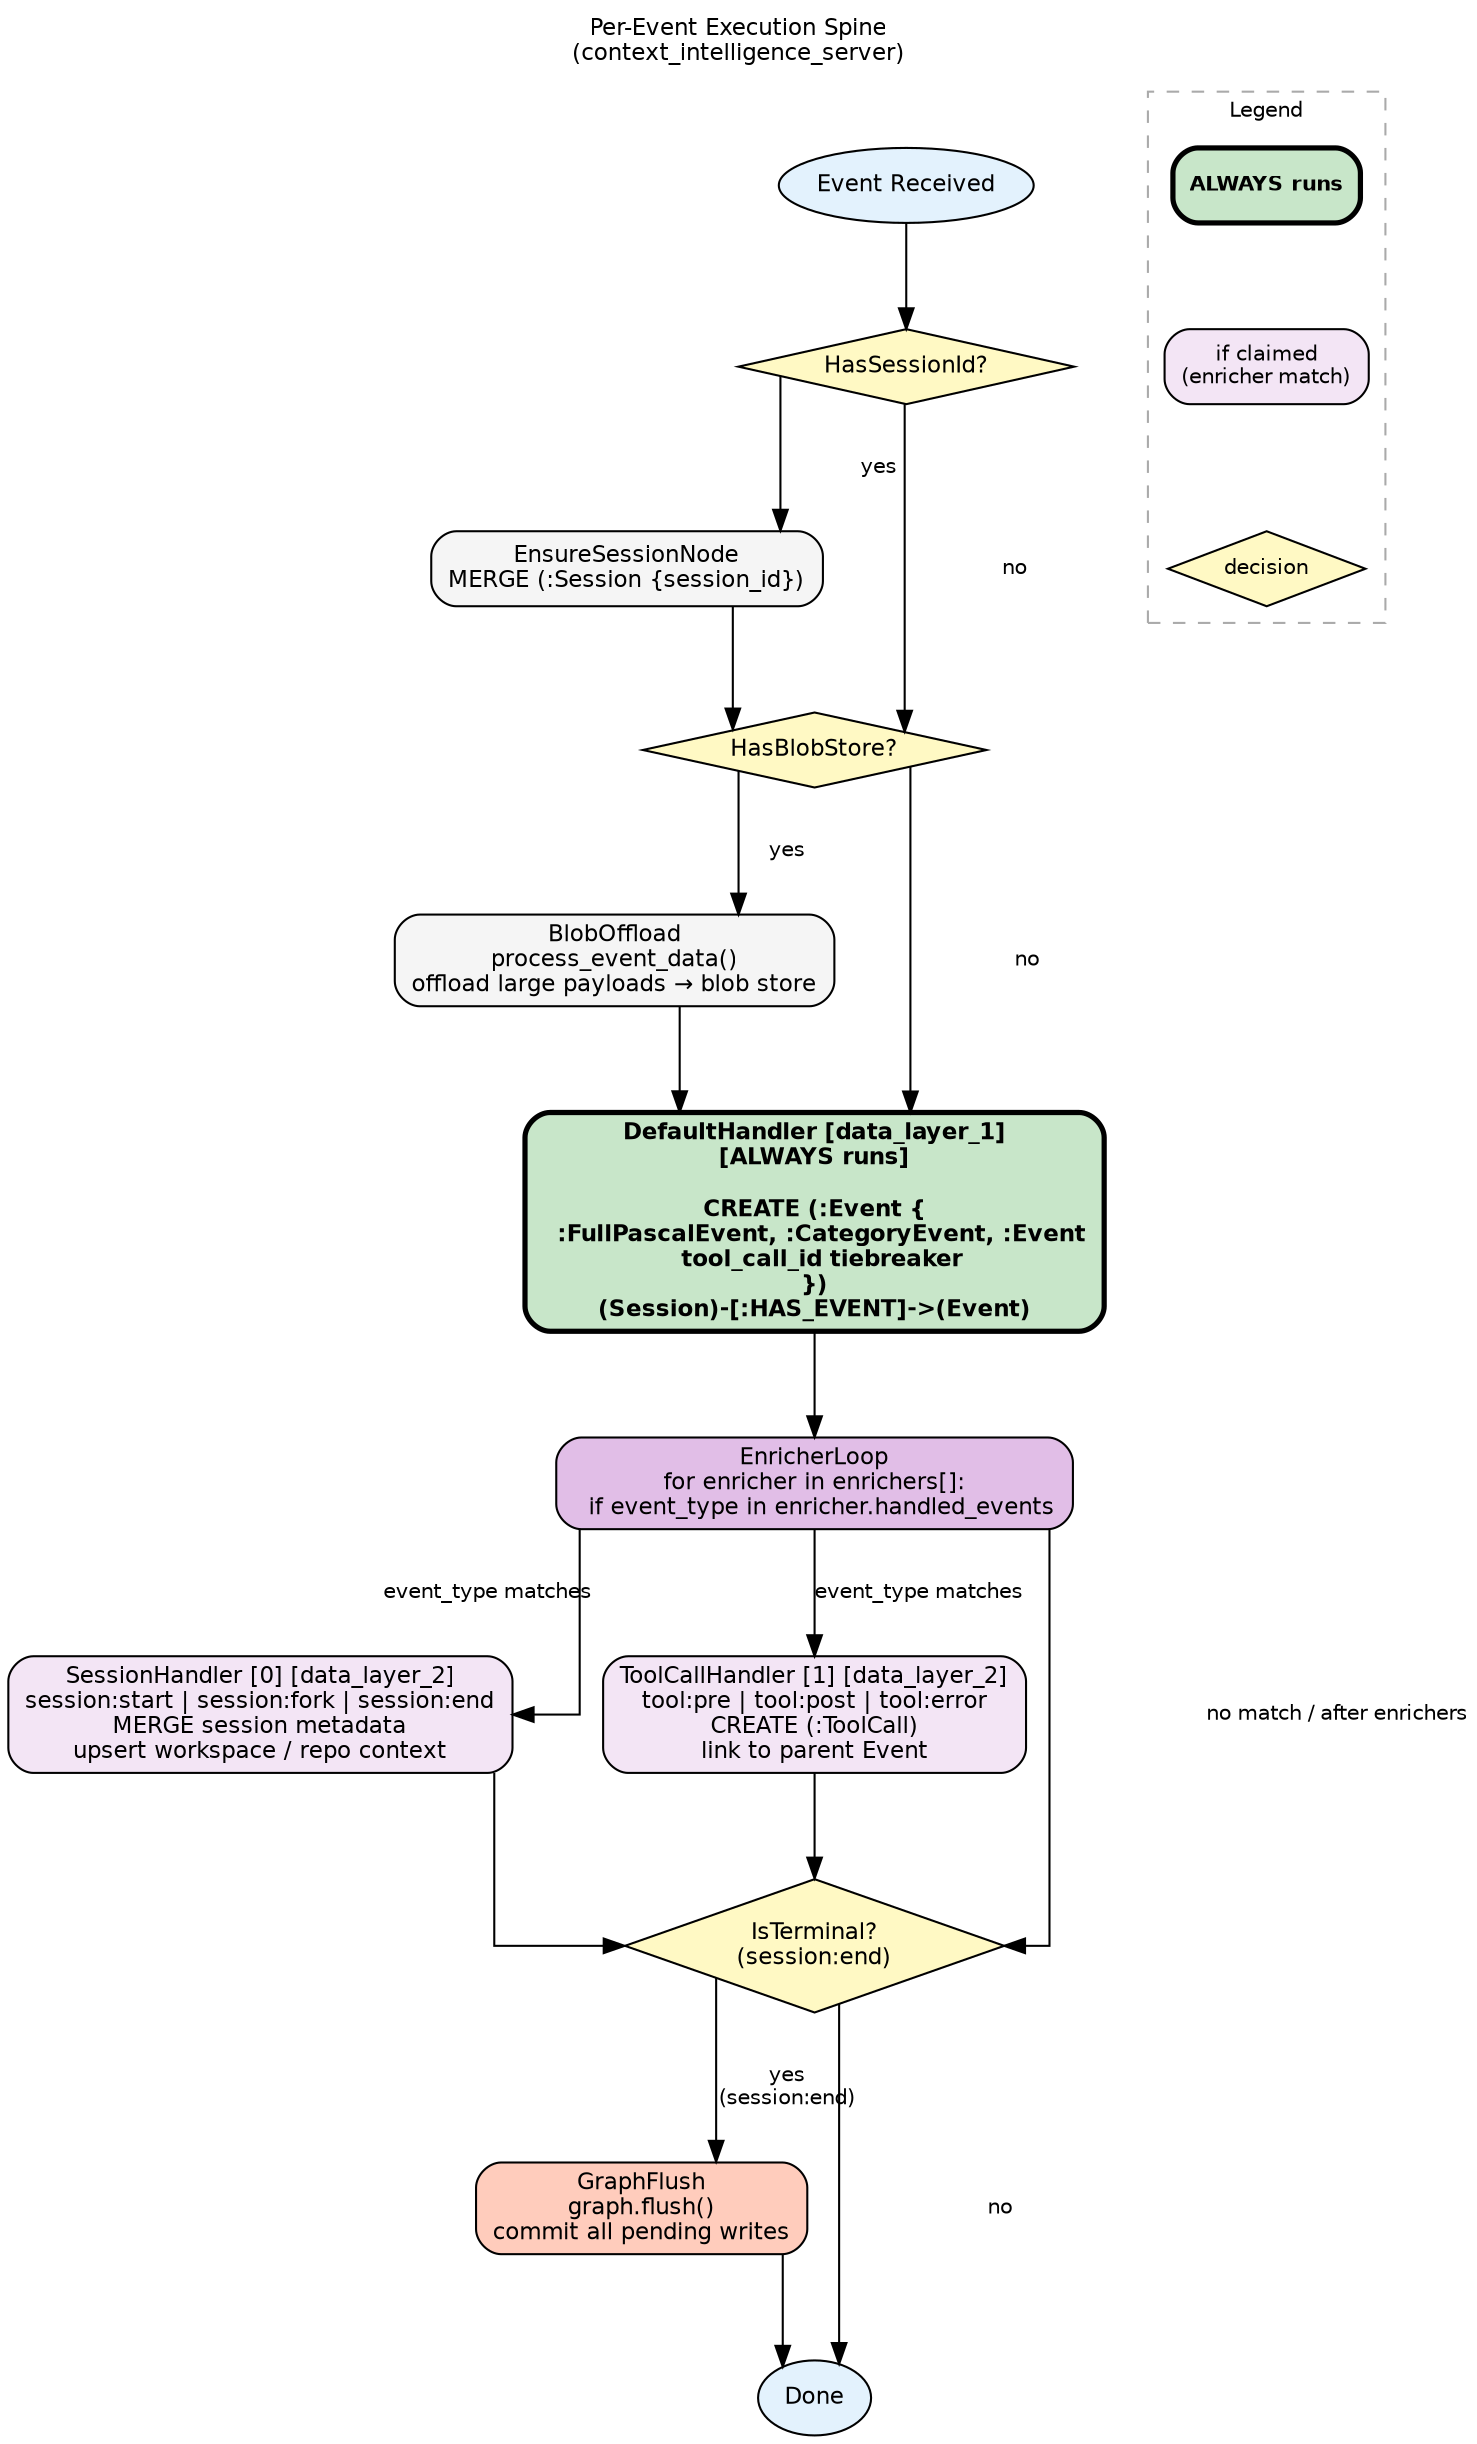
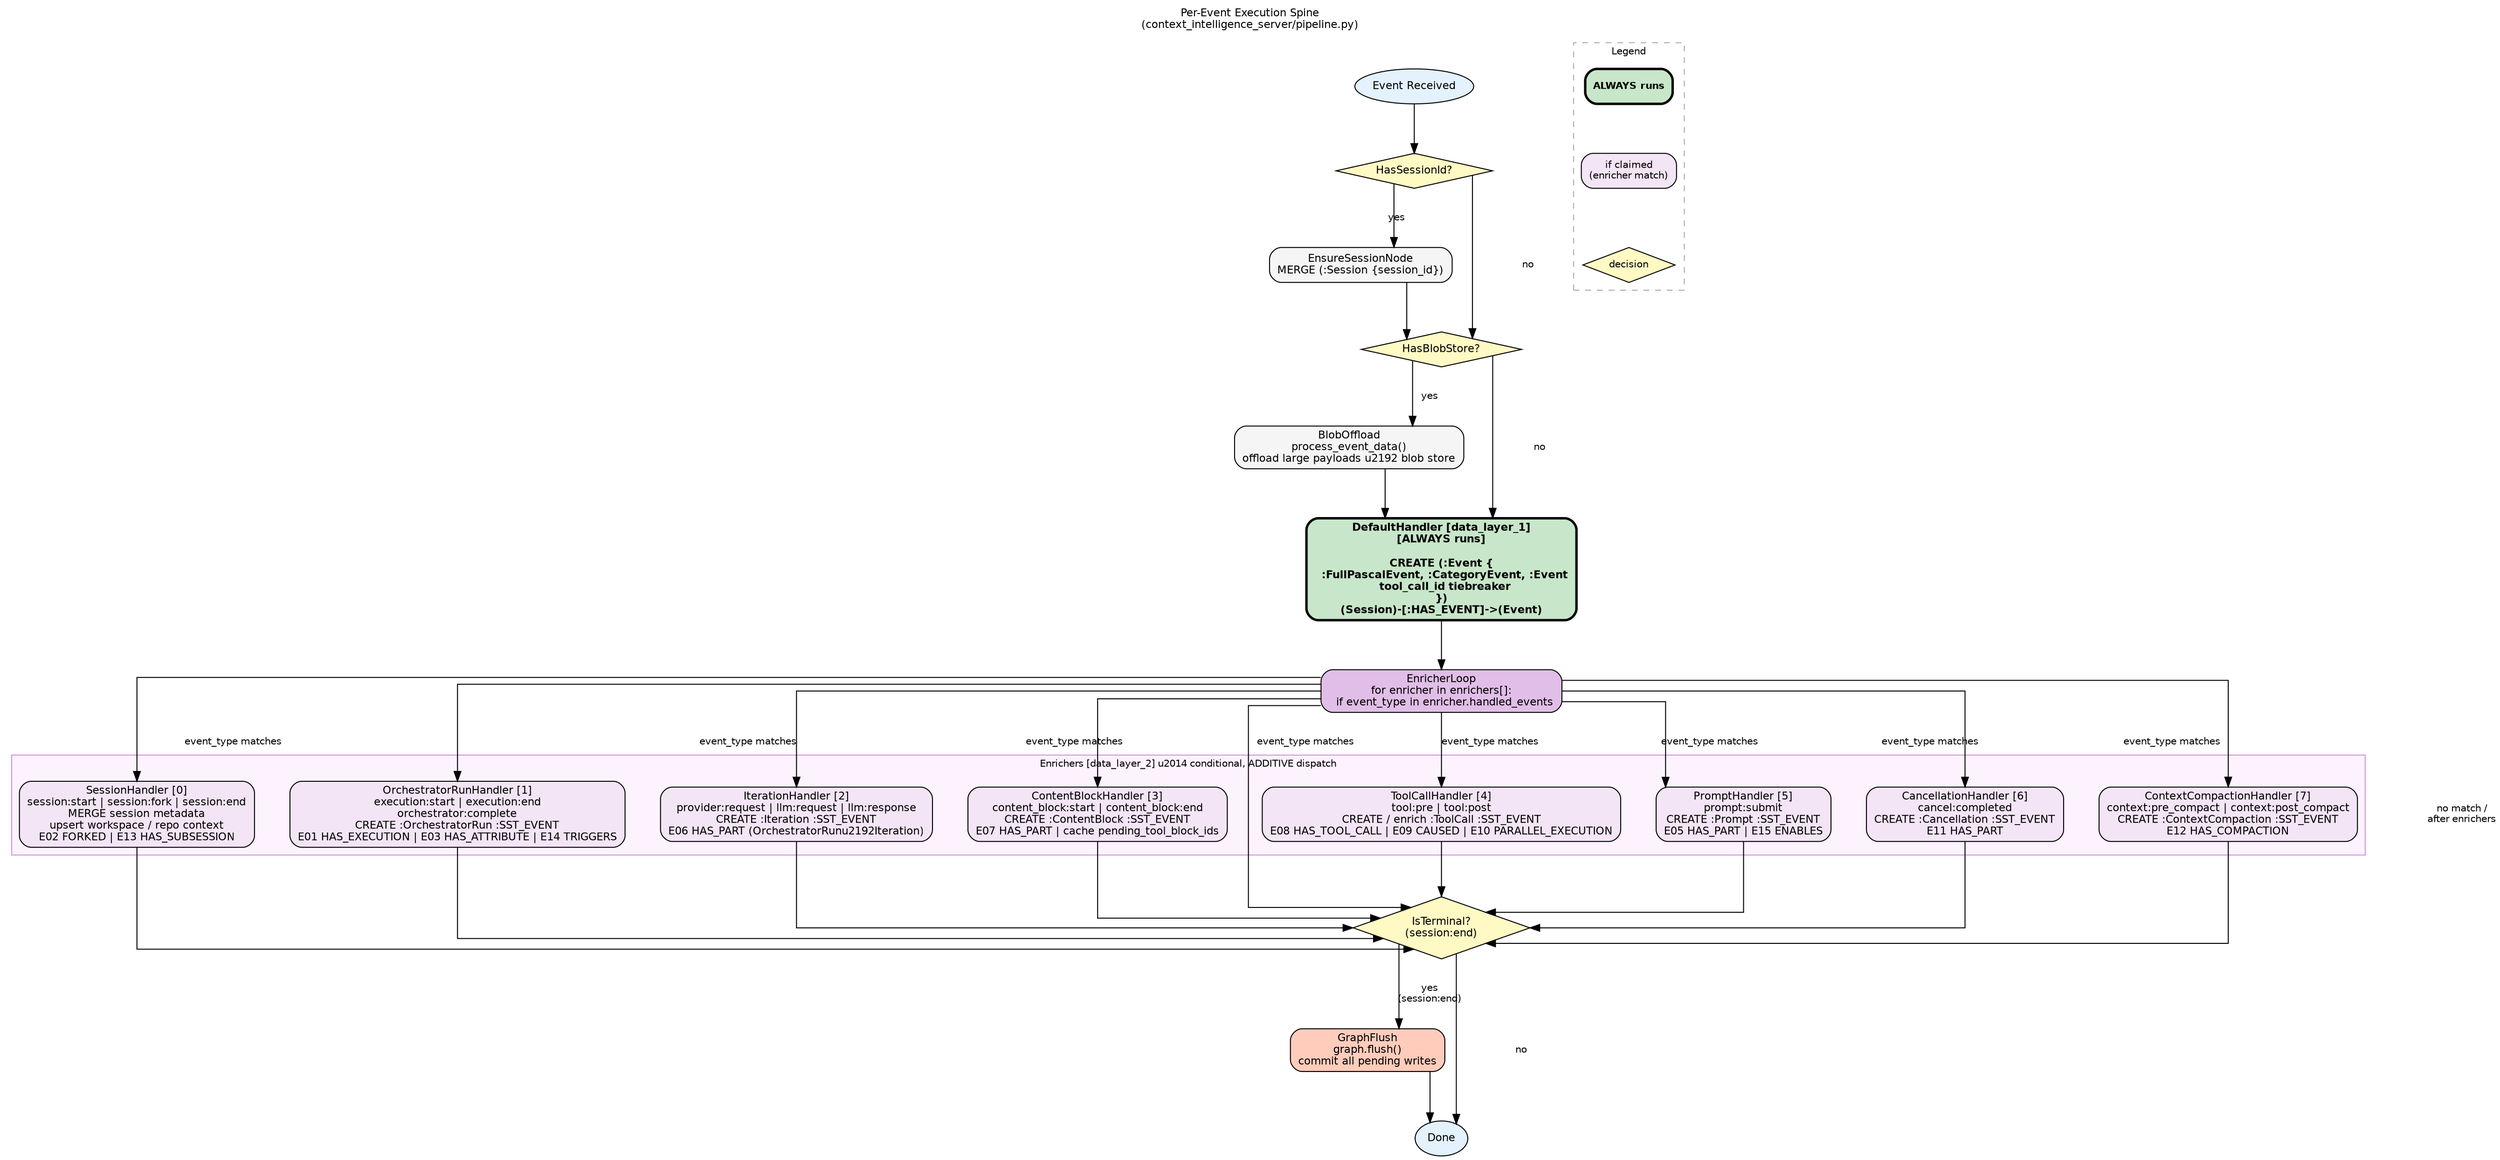
digraph pipeline_flow {
    // ── Global defaults ──────────────────────────────────────────────────────
    graph [
        rankdir   = TB
        splines   = ortho
-         nodesep   = 0.6
+         compound  = true
+         nodesep   = 0.5
        ranksep   = 0.7
        fontname  = "Helvetica"
        fontsize  = 11
-         label     = "Per-Event Execution Spine\n(context_intelligence_server)"
+         label     = "Per-Event Execution Spine\n(context_intelligence_server/pipeline.py)"
        labelloc  = t
        labeljust = c
    ]
    node [
        fontname = "Helvetica"
        fontsize = 11
        style    = "filled,rounded"
        shape    = box
    ]
    edge [
        fontname = "Helvetica"
        fontsize = 10
    ]

-     // ── Entry ─────────────────────────────────────────────────────────────────
+     // ── Entry ────────────────────────────────────────────────────────────────
    EventReceived [
        label     = "Event Received"
        shape     = oval
        fillcolor = "#E3F2FD"
    ]

-     // ── Session guarantee ─────────────────────────────────────────────────────
+     // ── Session guarantee ────────────────────────────────────────────────────
    HasSessionId [
        label     = "HasSessionId?"
        shape     = diamond
        fillcolor = "#FFF9C4"
        style     = "filled"
    ]

    EnsureSessionNode [
        label     = "EnsureSessionNode\nMERGE (:Session {session_id})"
        fillcolor = "#F5F5F5"
    ]

-     // ── Blob offload ──────────────────────────────────────────────────────────
+     // ── Blob offload ─────────────────────────────────────────────────────────
    HasBlobStore [
        label     = "HasBlobStore?"
        shape     = diamond
        fillcolor = "#FFF9C4"
        style     = "filled"
    ]

    BlobOffload [
-         label     = "BlobOffload\nprocess_event_data()\noffload large payloads → blob store"
+         label     = "BlobOffload\nprocess_event_data()\noffload large payloads \u2192 blob store"
        fillcolor = "#F5F5F5"
    ]

-     // ── DefaultHandler (ALWAYS) ───────────────────────────────────────────────
+     // ── DefaultHandler (ALWAYS) ──────────────────────────────────────────────
    DefaultHandler [
        label     = "DefaultHandler [data_layer_1]\n[ALWAYS runs]\n\nCREATE (:Event {\n  :FullPascalEvent, :CategoryEvent, :Event\n  tool_call_id tiebreaker\n})\n(Session)-[:HAS_EVENT]->(Event)"
        fillcolor = "#C8E6C9"
        fontname  = "Helvetica-Bold"
        penwidth  = 2.5
    ]

-     // ── Enricher loop ─────────────────────────────────────────────────────────
+     // ── Enricher loop ────────────────────────────────────────────────────────
    EnricherLoop [
        label     = "EnricherLoop\nfor enricher in enrichers[]:\n  if event_type in enricher.handled_events"
        fillcolor = "#E1BEE7"
    ]

-     // ── Individual enrichers ──────────────────────────────────────────────────
-     SessionHandler [
-         label     = "SessionHandler [0] [data_layer_2]\nsession:start | session:fork | session:end\nMERGE session metadata\nupsert workspace / repo context"
-         fillcolor = "#F3E5F5"
-     ]
- 
-     ToolCallHandler [
-         label     = "ToolCallHandler [1] [data_layer_2]\ntool:pre | tool:post | tool:error\nCREATE (:ToolCall)\nlink to parent Event"
-         fillcolor = "#F3E5F5"
-     ]
- 
-     // ── Terminal check ────────────────────────────────────────────────────────
+     // ── Enrichers (data_layer_2) — conditional dispatch ──────────────────────
+     subgraph cluster_enrichers {
+         graph [
+             label     = "Enrichers [data_layer_2] \u2014 conditional, ADDITIVE dispatch"
+             style     = "filled"
+             color     = "#CE93D8"
+             fillcolor = "#FCF3FF"
+             fontname  = "Helvetica"
+             fontsize  = 10
+         ]
+ 
+         SessionHandler [
+             label     = "SessionHandler [0]\nsession:start | session:fork | session:end\nMERGE session metadata\nupsert workspace / repo context\nE02 FORKED | E13 HAS_SUBSESSION"
+             fillcolor = "#F3E5F5"
+         ]
+ 
+         OrchestratorRunHandler [
+             label     = "OrchestratorRunHandler [1]\nexecution:start | execution:end\norchestrator:complete\nCREATE :OrchestratorRun :SST_EVENT\nE01 HAS_EXECUTION | E03 HAS_ATTRIBUTE | E14 TRIGGERS"
+             fillcolor = "#F3E5F5"
+         ]
+ 
+         IterationHandler [
+             label     = "IterationHandler [2]\nprovider:request | llm:request | llm:response\nCREATE :Iteration :SST_EVENT\nE06 HAS_PART (OrchestratorRun\u2192Iteration)"
+             fillcolor = "#F3E5F5"
+         ]
+ 
+         ContentBlockHandler [
+             label     = "ContentBlockHandler [3]\ncontent_block:start | content_block:end\nCREATE :ContentBlock :SST_EVENT\nE07 HAS_PART | cache pending_tool_block_ids"
+             fillcolor = "#F3E5F5"
+         ]
+ 
+         ToolCallHandler [
+             label     = "ToolCallHandler [4]\ntool:pre | tool:post\nCREATE / enrich :ToolCall :SST_EVENT\nE08 HAS_TOOL_CALL | E09 CAUSED | E10 PARALLEL_EXECUTION"
+             fillcolor = "#F3E5F5"
+         ]
+ 
+         PromptHandler [
+             label     = "PromptHandler [5]\nprompt:submit\nCREATE :Prompt :SST_EVENT\nE05 HAS_PART | E15 ENABLES"
+             fillcolor = "#F3E5F5"
+         ]
+ 
+         CancellationHandler [
+             label     = "CancellationHandler [6]\ncancel:completed\nCREATE :Cancellation :SST_EVENT\nE11 HAS_PART"
+             fillcolor = "#F3E5F5"
+         ]
+ 
+         ContextCompactionHandler [
+             label     = "ContextCompactionHandler [7]\ncontext:pre_compact | context:post_compact\nCREATE :ContextCompaction :SST_EVENT\nE12 HAS_COMPACTION"
+             fillcolor = "#F3E5F5"
+         ]
+     }
+ 
+     // ── Terminal check ───────────────────────────────────────────────────────
    IsTerminal [
        label     = "IsTerminal?\n(session:end)"
        shape     = diamond
        fillcolor = "#FFF9C4"
        style     = "filled"
    ]

-     // ── Flush ─────────────────────────────────────────────────────────────────
+     // ── Flush ────────────────────────────────────────────────────────────────
    GraphFlush [
        label     = "GraphFlush\ngraph.flush()\ncommit all pending writes"
        fillcolor = "#FFCCBC"
    ]

-     // ── Done ──────────────────────────────────────────────────────────────────
+     // ── Done ─────────────────────────────────────────────────────────────────
    Done [
        label     = "Done"
        shape     = oval
        fillcolor = "#E3F2FD"
    ]

-     // ── Edges ─────────────────────────────────────────────────────────────────
-     EventReceived -> HasSessionId
- 
-     HasSessionId  -> EnsureSessionNode [label = "yes"]
-     HasSessionId  -> HasBlobStore      [label = "no"]
+     // ── Edges ────────────────────────────────────────────────────────────────
+     EventReceived   -> HasSessionId
+ 
+     HasSessionId    -> EnsureSessionNode [label = "yes"]
+     HasSessionId    -> HasBlobStore      [label = "no"]
    EnsureSessionNode -> HasBlobStore

-     HasBlobStore  -> BlobOffload       [label = "yes"]
-     HasBlobStore  -> DefaultHandler    [label = "no"]
-     BlobOffload   -> DefaultHandler
- 
-     DefaultHandler -> EnricherLoop
- 
-     EnricherLoop  -> SessionHandler    [label = "event_type matches"]
-     EnricherLoop  -> ToolCallHandler   [label = "event_type matches"]
-     EnricherLoop  -> IsTerminal        [label = "no match / after enrichers"]
- 
-     SessionHandler  -> IsTerminal
-     ToolCallHandler -> IsTerminal
+     HasBlobStore    -> BlobOffload       [label = "yes"]
+     HasBlobStore    -> DefaultHandler    [label = "no"]
+     BlobOffload     -> DefaultHandler
+ 
+     DefaultHandler  -> EnricherLoop
+ 
+     // Fan-out to enrichers (compound edge to cluster head)
+     EnricherLoop    -> SessionHandler            [label = "event_type matches"]
+     EnricherLoop    -> OrchestratorRunHandler    [label = "event_type matches"]
+     EnricherLoop    -> IterationHandler          [label = "event_type matches"]
+     EnricherLoop    -> ContentBlockHandler       [label = "event_type matches"]
+     EnricherLoop    -> ToolCallHandler           [label = "event_type matches"]
+     EnricherLoop    -> PromptHandler             [label = "event_type matches"]
+     EnricherLoop    -> CancellationHandler       [label = "event_type matches"]
+     EnricherLoop    -> ContextCompactionHandler  [label = "event_type matches"]
+     EnricherLoop    -> IsTerminal                [label = "no match /\nafter enrichers"]
+ 
+     // Fan-in from enrichers
+     SessionHandler           -> IsTerminal
+     OrchestratorRunHandler   -> IsTerminal
+     IterationHandler         -> IsTerminal
+     ContentBlockHandler      -> IsTerminal
+     ToolCallHandler          -> IsTerminal
+     PromptHandler            -> IsTerminal
+     CancellationHandler      -> IsTerminal
+     ContextCompactionHandler -> IsTerminal

    IsTerminal -> GraphFlush [label = "yes\n(session:end)"]
    IsTerminal -> Done       [label = "no"]

    GraphFlush -> Done

-     // ── Legend ────────────────────────────────────────────────────────────────
+     // ── Legend ───────────────────────────────────────────────────────────────
    subgraph cluster_legend {
        graph [
            label     = "Legend"
            fontsize  = 10
            fontname  = "Helvetica"
            style     = "dashed"
            color     = "#AAAAAA"
        ]
        node [fontsize = 10]

        LegendAlways [
            label     = "ALWAYS runs"
            fillcolor = "#C8E6C9"
            fontname  = "Helvetica-Bold"
            penwidth  = 2.5
        ]
        LegendClaimed [
            label     = "if claimed\n(enricher match)"
            fillcolor = "#F3E5F5"
        ]
        LegendDecision [
            label     = "decision"
            shape     = diamond
            fillcolor = "#FFF9C4"
            style     = "filled"
        ]

        LegendAlways -> LegendClaimed -> LegendDecision [style = invis]
    }
}
